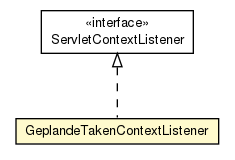
Before: brmo-service/apidocs/nl/b3p/brmo/service/jobs/GeplandeTakenContextListener.png, a diagram exported from Graphviz (B3Partners/brmo). Its source is kept beside it as brmo-service/apidocs/nl/b3p/brmo/service/jobs/GeplandeTakenContextListener.dot. Its diagram source:
```dot

digraph G {
	edge [fontname="Helvetica",fontsize=10,labelfontname="Helvetica",labelfontsize=10];
	node [fontname="Helvetica",fontsize=10,shape=plaintext];
	nodesep=0.25;
	ranksep=0.5;
	c1350 [label=<<table title="nl.b3p.brmo.service.jobs.GeplandeTakenContextListener" border="0" cellborder="1" cellspacing="0" cellpadding="2" port="p" bgcolor="lemonChiffon" href="./GeplandeTakenContextListener.html">
		<tr><td><table border="0" cellspacing="0" cellpadding="1">
<tr><td align="center" balign="center"> GeplandeTakenContextListener </td></tr>
		</table></td></tr>
		</table>>, URL="./GeplandeTakenContextListener.html", fontname="Helvetica", fontcolor="black", fontsize=10.0];
	c1371:p -> c1350:p [dir=back,arrowtail=empty,style=dashed];
	c1371 [label=<<table title="javax.servlet.ServletContextListener" border="0" cellborder="1" cellspacing="0" cellpadding="2" port="p" href="https://docs.oracle.com/javaee/7/api/javax/servlet/ServletContextListener.html">
		<tr><td><table border="0" cellspacing="0" cellpadding="1">
<tr><td align="center" balign="center"> &#171;interface&#187; </td></tr>
<tr><td align="center" balign="center"> ServletContextListener </td></tr>
		</table></td></tr>
		</table>>, URL="https://docs.oracle.com/javaee/7/api/javax/servlet/ServletContextListener.html", fontname="Helvetica", fontcolor="black", fontsize=10.0];
}
```
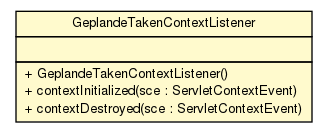
After the change.

Change to the diagram source:
```diff
@@ -4,16 +4,17 @@
 	node [fontname="Helvetica",fontsize=10,shape=plaintext];
 	nodesep=0.25;
 	ranksep=0.5;
-	c1350 [label=<<table title="nl.b3p.brmo.service.jobs.GeplandeTakenContextListener" border="0" cellborder="1" cellspacing="0" cellpadding="2" port="p" bgcolor="lemonChiffon" href="./GeplandeTakenContextListener.html">
+	c1412 [label=<<table title="nl.b3p.brmo.service.jobs.GeplandeTakenContextListener" border="0" cellborder="1" cellspacing="0" cellpadding="2" port="p" bgcolor="lemonChiffon" href="./GeplandeTakenContextListener.html">
 		<tr><td><table border="0" cellspacing="0" cellpadding="1">
 <tr><td align="center" balign="center"> GeplandeTakenContextListener </td></tr>
 		</table></td></tr>
+		<tr><td><table border="0" cellspacing="0" cellpadding="1">
+<tr><td align="left" balign="left">  </td></tr>
+		</table></td></tr>
+		<tr><td><table border="0" cellspacing="0" cellpadding="1">
+<tr><td align="left" balign="left"> + GeplandeTakenContextListener() </td></tr>
+<tr><td align="left" balign="left"> + contextInitialized(sce : ServletContextEvent) </td></tr>
+<tr><td align="left" balign="left"> + contextDestroyed(sce : ServletContextEvent) </td></tr>
+		</table></td></tr>
 		</table>>, URL="./GeplandeTakenContextListener.html", fontname="Helvetica", fontcolor="black", fontsize=10.0];
-	c1371:p -> c1350:p [dir=back,arrowtail=empty,style=dashed];
-	c1371 [label=<<table title="javax.servlet.ServletContextListener" border="0" cellborder="1" cellspacing="0" cellpadding="2" port="p" href="https://docs.oracle.com/javaee/7/api/javax/servlet/ServletContextListener.html">
-		<tr><td><table border="0" cellspacing="0" cellpadding="1">
-<tr><td align="center" balign="center"> &#171;interface&#187; </td></tr>
-<tr><td align="center" balign="center"> ServletContextListener </td></tr>
-		</table></td></tr>
-		</table>>, URL="https://docs.oracle.com/javaee/7/api/javax/servlet/ServletContextListener.html", fontname="Helvetica", fontcolor="black", fontsize=10.0];
 }
```
